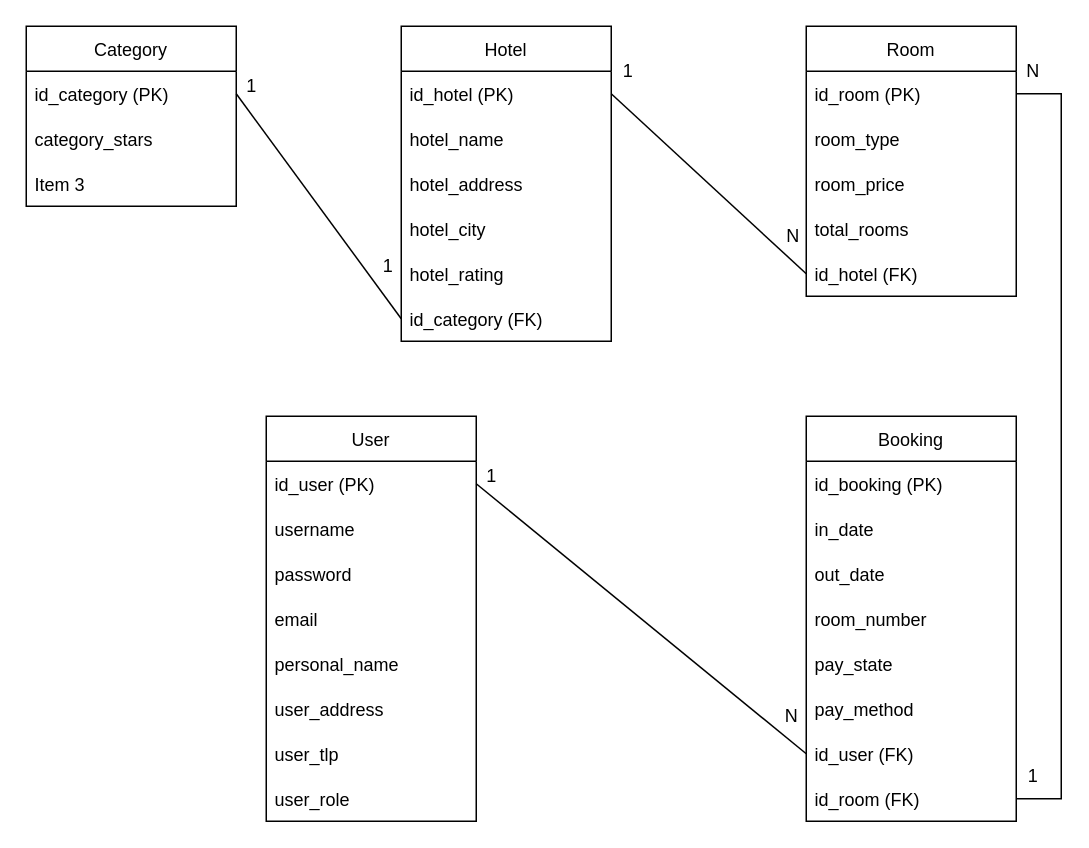
The draw.io diagram sql/Diagrama relacional.drawio in JAF-Corporation/Proyecto-practicas, before the edit. Source tidied: cells renumbered, new cells numbered last; positions are measured from the earlier drawing's top-left corner, leaving out a move shared by most shapes. Both pictures are drawn from the tidied source at 150%, with x=0, y=0 at pixel (26, 26).
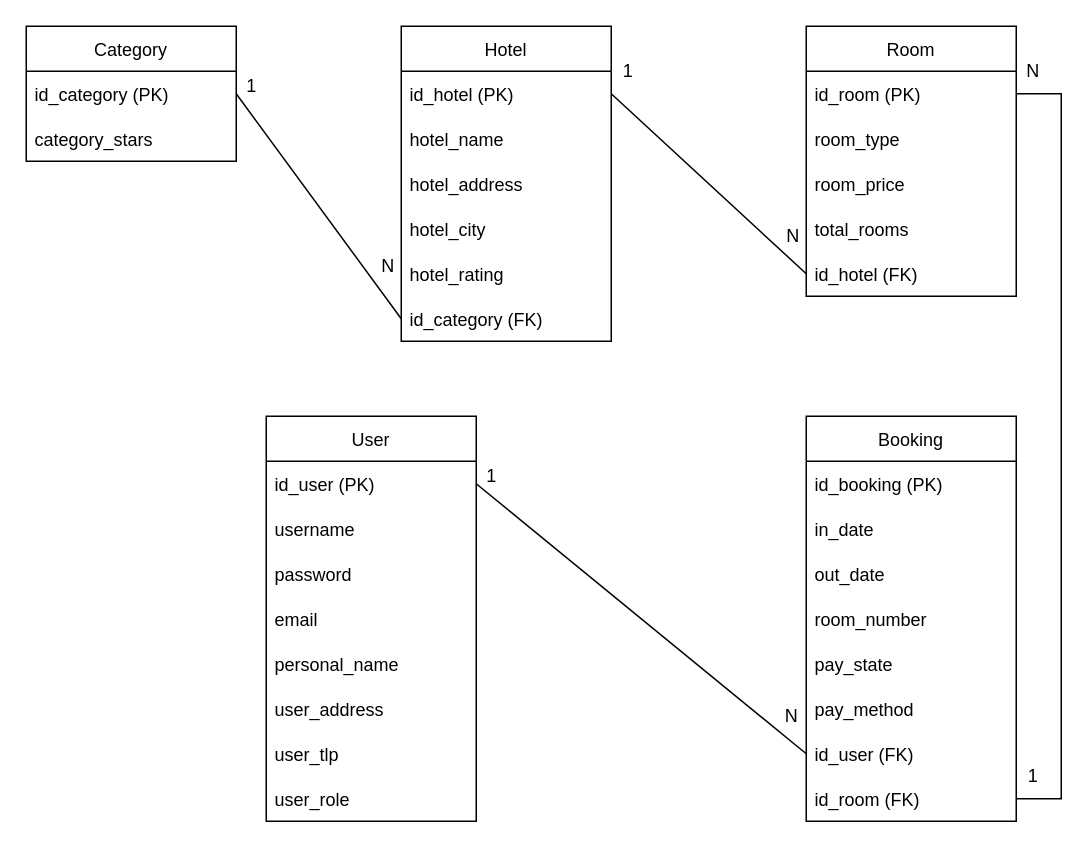
The same page after the edit.

Diff of the diagram source:
```diff
@@
     <mxCell id="2" value="Category" style="swimlane;fontStyle=0;horizontal=1;startSize=30;" parent="1" vertex="1">
-      <mxGeometry width="140" height="120" as="geometry" />
+      <mxGeometry width="140" height="90" as="geometry" />
     </mxCell>
@@
-    <mxCell id="5" value="Item 3" style="text;strokeColor=none;fillColor=none;align=left;verticalAlign=middle;spacingLeft=4;spacingRight=4;overflow=hidden;" parent="2" vertex="1">
-      <mxGeometry y="90" width="140" height="30" as="geometry" />
-    </mxCell>
@@
-    <mxCell id="39" value="1" style="text;html=1;align=center;verticalAlign=middle;strokeColor=none;fillColor=none;" parent="1" vertex="1">
-      <mxGeometry x="232" y="151" width="17" height="18" as="geometry" />
+    <mxCell id="39" value="N" style="text;html=1;align=center;verticalAlign=middle;strokeColor=none;fillColor=none;" parent="1" vertex="1">
+      <mxGeometry x="231" y="151" width="19" height="18" as="geometry" />
     </mxCell>
```
